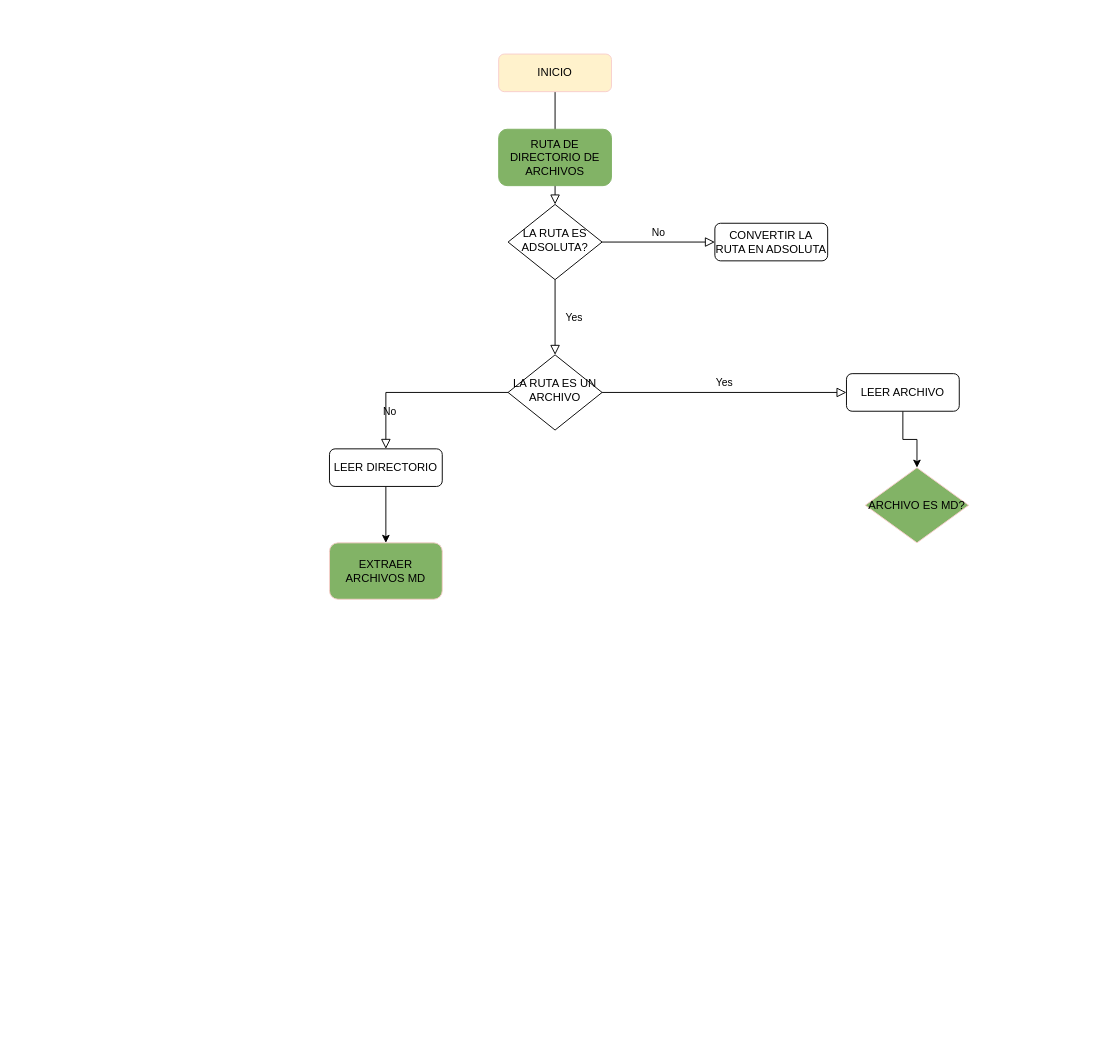
Earlier version of the draw.io diagram Untitled Diagram.drawio (SinaisAna/LIM013-fe-md-links). Source tidied: cells renumbered, new cells numbered last; positions are measured from the earlier drawing's top-left corner, leaving out a move shared by most shapes. Both pictures are drawn from the tidied source at 94%, with x=0, y=0 at pixel (329, 54).
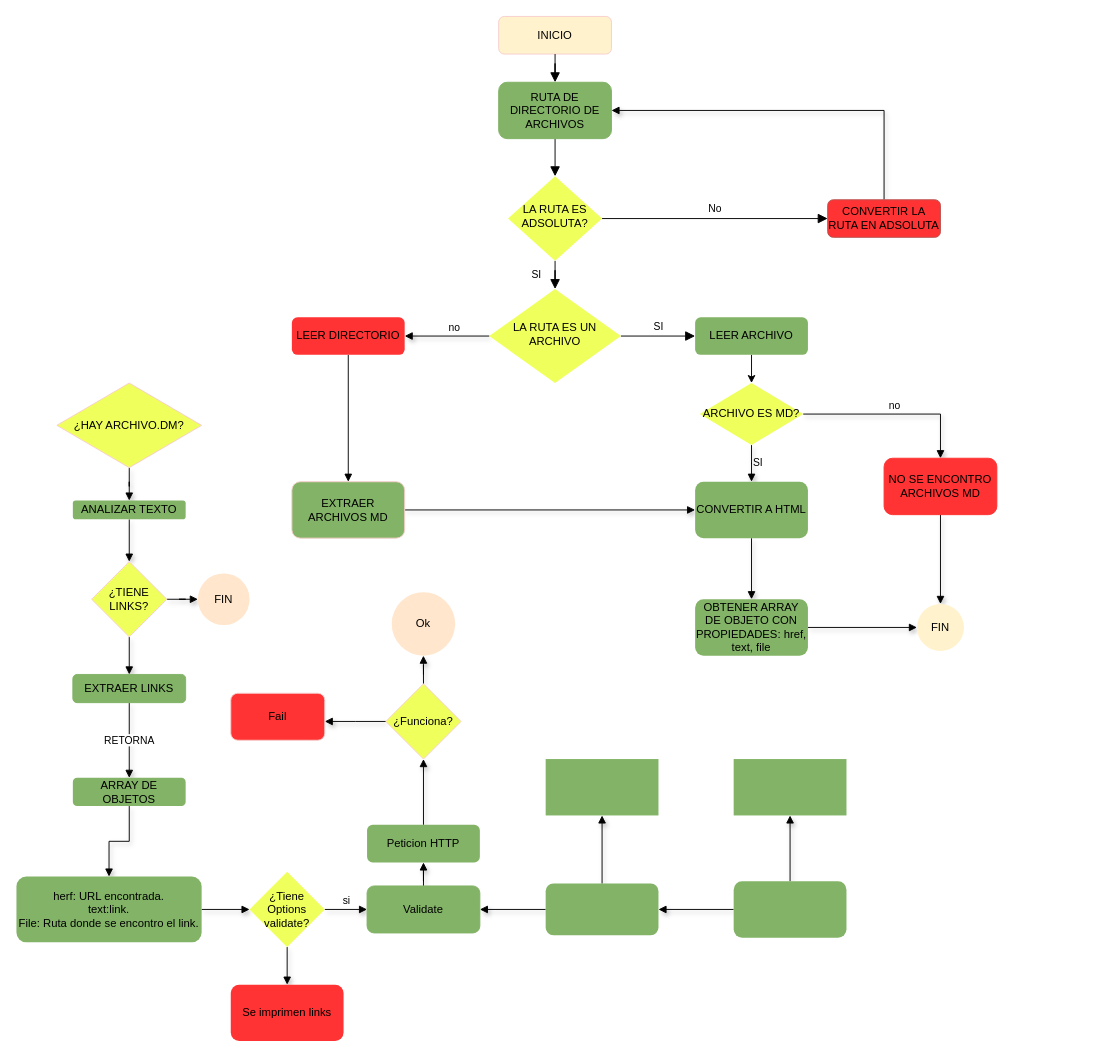
After the change.

What changed in the source:
```diff
@@
-    <mxCell id="2" style="rounded=0;html=1;jettySize=auto;fontSize=11;endArrow=block;endFill=0;endSize=8;strokeWidth=1;shadow=0;labelBackgroundColor=none;edgeStyle=orthogonalEdgeStyle;" parent="1" edge="1" source="3" target="6">
+    <mxCell id="2" style="rounded=0;html=1;jettySize=auto;fontSize=11;endArrow=block;endFill=1;endSize=8;strokeWidth=1;shadow=0;labelBackgroundColor=none;edgeStyle=orthogonalEdgeStyle;" parent="1" edge="1" source="15" target="6">
       <mxGeometry relative="1" as="geometry" />
     </mxCell>
     <mxCell id="3" value="INICIO" style="rounded=1;whiteSpace=wrap;html=1;fontSize=12;glass=0;strokeWidth=1;shadow=0;fillColor=#fff2cc;strokeColor=#F8CECC;" parent="1" vertex="1">
-      <mxGeometry x="180" width="120" height="40" as="geometry" />
+      <mxGeometry x="180" y="-40" width="120" height="40" as="geometry" />
     </mxCell>
-    <mxCell id="4" value="Yes" style="rounded=0;html=1;jettySize=auto;fontSize=11;endArrow=block;endFill=0;endSize=8;strokeWidth=1;shadow=0;labelBackgroundColor=none;edgeStyle=orthogonalEdgeStyle;" parent="1" edge="1" source="6" target="10">
+    <mxCell id="4" value="SI" style="rounded=0;html=1;jettySize=auto;fontSize=11;endArrow=block;endFill=1;endSize=8;strokeWidth=1;shadow=0;labelBackgroundColor=none;edgeStyle=orthogonalEdgeStyle;" parent="1" edge="1" source="6" target="10">
       <mxGeometry y="20" relative="1" as="geometry" />
     </mxCell>
-    <mxCell id="5" value="No" style="edgeStyle=orthogonalEdgeStyle;rounded=0;html=1;jettySize=auto;fontSize=11;endArrow=block;endFill=0;endSize=8;strokeWidth=1;shadow=0;labelBackgroundColor=none;" parent="1" edge="1" source="6" target="7">
+    <mxCell id="5" value="No" style="edgeStyle=orthogonalEdgeStyle;rounded=0;html=1;jettySize=auto;fontSize=11;endArrow=block;endFill=1;endSize=8;strokeWidth=1;shadow=0;labelBackgroundColor=none;" parent="1" edge="1" source="6" target="7">
       <mxGeometry y="10" relative="1" as="geometry" />
     </mxCell>
-    <mxCell id="6" value="LA RUTA ES ADSOLUTA?" style="rhombus;whiteSpace=wrap;html=1;shadow=0;fontFamily=Helvetica;fontSize=12;align=center;strokeWidth=1;spacing=6;spacingTop=-4;" parent="1" vertex="1">
-      <mxGeometry x="190" y="160" width="100" height="80" as="geometry" />
+    <mxCell id="6" value="LA RUTA ES ADSOLUTA?" style="rhombus;whiteSpace=wrap;html=1;shadow=0;fontFamily=Helvetica;fontSize=12;align=center;strokeWidth=1;spacing=6;spacingTop=-4;fillColor=#EFFF5C;strokeColor=none;" parent="1" vertex="1">
+      <mxGeometry x="190" y="130" width="100" height="90" as="geometry" />
     </mxCell>
+    <mxCell id="19" style="edgeStyle=orthogonalEdgeStyle;rounded=0;jettySize=auto;html=1;shadow=1;labelBackgroundColor=none;startArrow=none;startFill=0;endArrow=block;endFill=1;align=left;entryX=1;entryY=0.5;entryDx=0;entryDy=0;" parent="1" edge="1" source="7" target="15">
+      <mxGeometry relative="1" as="geometry">
+        <Array as="points">
+          <mxPoint x="590" y="60" />
+        </Array>
+      </mxGeometry>
+    </mxCell>
-    <mxCell id="7" value="CONVERTIR LA RUTA EN ADSOLUTA" style="rounded=1;whiteSpace=wrap;html=1;fontSize=12;glass=0;strokeWidth=1;shadow=0;" parent="1" vertex="1">
-      <mxGeometry x="410" y="180" width="120" height="40" as="geometry" />
+    <mxCell id="7" value="CONVERTIR LA RUTA EN ADSOLUTA" style="rounded=1;whiteSpace=wrap;html=1;fontSize=12;glass=0;strokeWidth=1;shadow=0;strokeColor=#b85450;fillColor=#FF3333;" parent="1" vertex="1">
+      <mxGeometry x="530" y="155" width="120" height="40" as="geometry" />
     </mxCell>
+    <mxCell id="9" value="SI" style="edgeStyle=orthogonalEdgeStyle;rounded=0;html=1;jettySize=auto;fontSize=11;endArrow=block;endFill=1;endSize=8;strokeWidth=1;shadow=0;labelBackgroundColor=none;" parent="1" edge="1" source="10" target="14">
+      <mxGeometry y="10" relative="1" as="geometry" />
+    </mxCell>
-    <mxCell id="8" value="No" style="rounded=0;html=1;jettySize=auto;fontSize=11;endArrow=block;endFill=0;endSize=8;strokeWidth=1;shadow=0;labelBackgroundColor=none;edgeStyle=orthogonalEdgeStyle;" parent="1" edge="1" source="10" target="12">
-      <mxGeometry x="0.33" y="20" relative="1" as="geometry" />
+    <mxCell id="8" value="no" style="edgeStyle=orthogonalEdgeStyle;rounded=0;jettySize=auto;html=1;exitX=0;exitY=0.5;exitDx=0;exitDy=0;shadow=1;labelBackgroundColor=none;startArrow=none;startFill=0;endArrow=block;endFill=1;align=left;verticalAlign=bottom;" parent="1" edge="1" source="10" target="12">
+      <mxGeometry relative="1" as="geometry" />
     </mxCell>
-    <mxCell id="9" value="Yes" style="edgeStyle=orthogonalEdgeStyle;rounded=0;html=1;jettySize=auto;fontSize=11;endArrow=block;endFill=0;endSize=8;strokeWidth=1;shadow=0;labelBackgroundColor=none;" parent="1" edge="1" source="10" target="14">
-      <mxGeometry y="10" relative="1" as="geometry" />
-    </mxCell>
-    <mxCell id="10" value="LA RUTA ES UN ARCHIVO" style="rhombus;whiteSpace=wrap;html=1;shadow=0;fontFamily=Helvetica;fontSize=12;align=center;strokeWidth=1;spacing=6;spacingTop=-4;" parent="1" vertex="1">
-      <mxGeometry x="190" y="320" width="100" height="80" as="geometry" />
+    <mxCell id="10" value="LA RUTA ES UN ARCHIVO" style="rhombus;whiteSpace=wrap;html=1;shadow=0;fontFamily=Helvetica;fontSize=12;align=center;strokeWidth=1;spacing=6;spacingTop=-4;fillColor=#EFFF5C;strokeColor=none;" parent="1" vertex="1">
+      <mxGeometry x="170" y="250" width="140" height="100" as="geometry" />
     </mxCell>
-    <mxCell id="11" style="edgeStyle=orthogonalEdgeStyle;rounded=0;jettySize=auto;html=1;exitX=0.5;exitY=1;exitDx=0;exitDy=0;" parent="1" edge="1" source="12" target="16">
+    <mxCell id="11" style="edgeStyle=orthogonalEdgeStyle;rounded=0;jettySize=auto;html=1;exitX=0.5;exitY=1;exitDx=0;exitDy=0;endArrow=block;endFill=1;" parent="1" edge="1" source="12" target="16">
       <mxGeometry relative="1" as="geometry" />
     </mxCell>
-    <mxCell id="12" value="LEER DIRECTORIO" style="rounded=1;whiteSpace=wrap;html=1;fontSize=12;glass=0;strokeWidth=1;shadow=0;" parent="1" vertex="1">
-      <mxGeometry y="420" width="120" height="40" as="geometry" />
+    <mxCell id="12" value="LEER DIRECTORIO" style="rounded=1;whiteSpace=wrap;html=1;fontSize=12;glass=0;strokeWidth=1;shadow=0;fillColor=#FF3333;strokeColor=none;" parent="1" vertex="1">
+      <mxGeometry x="-40" y="280" width="120" height="40" as="geometry" />
     </mxCell>
@@
-    <mxCell id="14" value="LEER ARCHIVO" style="rounded=1;whiteSpace=wrap;html=1;fontSize=12;glass=0;strokeWidth=1;shadow=0;" parent="1" vertex="1">
-      <mxGeometry x="550" y="340" width="120" height="40" as="geometry" />
+    <mxCell id="14" value="LEER ARCHIVO" style="rounded=1;whiteSpace=wrap;html=1;fontSize=12;glass=0;strokeWidth=1;shadow=0;fillColor=#82B366;strokeColor=none;" parent="1" vertex="1">
+      <mxGeometry x="389" y="280" width="120" height="40" as="geometry" />
     </mxCell>
-    <mxCell id="15" value="RUTA DE DIRECTORIO DE ARCHIVOS" style="rounded=1;whiteSpace=wrap;html=1;strokeColor=#82b366;fillColor=#82B366;" parent="1" vertex="1">
-      <mxGeometry x="180" y="80" width="120" height="60" as="geometry" />
-    </mxCell>
+    <mxCell id="20" style="edgeStyle=orthogonalEdgeStyle;rounded=0;jettySize=auto;html=1;entryX=0;entryY=0.5;entryDx=0;entryDy=0;shadow=1;labelBackgroundColor=none;startArrow=none;startFill=0;endArrow=block;endFill=1;" parent="1" edge="1" source="16" target="26">
+      <mxGeometry relative="1" as="geometry" />
+    </mxCell>
     <mxCell id="16" value="EXTRAER ARCHIVOS MD" style="rounded=1;whiteSpace=wrap;html=1;strokeColor=#F8CECC;fillColor=#82B366;" parent="1" vertex="1">
-      <mxGeometry y="520" width="120" height="60" as="geometry" />
+      <mxGeometry x="-40" y="455" width="120" height="60" as="geometry" />
     </mxCell>
@@
+    <mxCell id="21" value="&lt;div&gt;no&lt;/div&gt;" style="edgeStyle=orthogonalEdgeStyle;rounded=0;jettySize=auto;html=1;shadow=1;startArrow=none;startFill=0;endArrow=block;endFill=1;align=center;verticalAlign=bottom;labelBackgroundColor=none;labelPosition=center;verticalLabelPosition=top;" parent="1" edge="1" source="18" target="24">
+      <mxGeometry relative="1" as="geometry" />
+    </mxCell>
+    <mxCell id="22" value="SI" style="edgeStyle=orthogonalEdgeStyle;rounded=0;jettySize=auto;html=1;shadow=1;labelBackgroundColor=none;startArrow=none;startFill=0;endArrow=block;endFill=1;verticalAlign=middle;align=left;" parent="1" edge="1" source="18" target="26">
+      <mxGeometry relative="1" as="geometry" />
+    </mxCell>
-    <mxCell id="18" value="ARCHIVO ES MD?" style="rhombus;whiteSpace=wrap;html=1;strokeColor=#F8CECC;fillColor=#82B366;" parent="1" vertex="1">
-      <mxGeometry x="570" y="440" width="110" height="80" as="geometry" />
+    <mxCell id="18" value="ARCHIVO ES MD?" style="rhombus;whiteSpace=wrap;html=1;fillColor=#EFFF5C;strokeColor=none;" parent="1" vertex="1">
+      <mxGeometry x="394" y="350" width="110" height="66" as="geometry" />
     </mxCell>
+    <mxCell id="23" style="edgeStyle=orthogonalEdgeStyle;rounded=0;jettySize=auto;html=1;entryX=0.5;entryY=0;entryDx=0;entryDy=0;shadow=1;labelBackgroundColor=none;startArrow=none;startFill=0;endArrow=block;endFill=1;" parent="1" edge="1" source="24" target="29">
+      <mxGeometry relative="1" as="geometry" />
+    </mxCell>
+    <mxCell id="24" value="NO SE ENCONTRO ARCHIVOS MD" style="rounded=1;whiteSpace=wrap;html=1;fillColor=#FF3333;strokeColor=#FF3333;" parent="1" vertex="1">
+      <mxGeometry x="590" y="430" width="120" height="60" as="geometry" />
+    </mxCell>
+    <mxCell id="25" style="edgeStyle=orthogonalEdgeStyle;rounded=0;jettySize=auto;html=1;entryX=0.5;entryY=0;entryDx=0;entryDy=0;shadow=1;labelBackgroundColor=none;startArrow=none;startFill=0;endArrow=block;endFill=1;" parent="1" edge="1" source="26" target="28">
+      <mxGeometry relative="1" as="geometry" />
+    </mxCell>
+    <mxCell id="26" value="CONVERTIR A HTML" style="rounded=1;whiteSpace=wrap;html=1;fillColor=#82B366;strokeColor=none;" parent="1" vertex="1">
+      <mxGeometry x="389" y="455" width="120" height="60" as="geometry" />
+    </mxCell>
+    <mxCell id="27" style="edgeStyle=orthogonalEdgeStyle;rounded=0;jettySize=auto;html=1;entryX=0;entryY=0.5;entryDx=0;entryDy=0;shadow=1;labelBackgroundColor=none;startArrow=none;startFill=0;endArrow=block;endFill=1;" parent="1" edge="1" source="28" target="29">
+      <mxGeometry relative="1" as="geometry" />
+    </mxCell>
+    <mxCell id="28" value="OBTENER ARRAY DE OBJETO CON PROPIEDADES: href, text, file" style="rounded=1;whiteSpace=wrap;html=1;fillColor=#82B366;strokeColor=none;" parent="1" vertex="1">
+      <mxGeometry x="389" y="580" width="120" height="60" as="geometry" />
+    </mxCell>
+    <mxCell id="29" value="FIN" style="ellipse;whiteSpace=wrap;html=1;fillColor=#fff2cc;strokeColor=none;" parent="1" vertex="1">
+      <mxGeometry x="625" y="585" width="50" height="50" as="geometry" />
+    </mxCell>
+    <mxCell id="15" value="RUTA DE DIRECTORIO DE ARCHIVOS" style="rounded=1;whiteSpace=wrap;html=1;strokeColor=#82b366;fillColor=#82B366;" parent="1" vertex="1">
+      <mxGeometry x="180" y="30" width="120" height="60" as="geometry" />
+    </mxCell>
+    <mxCell id="30" style="rounded=0;html=1;jettySize=auto;fontSize=11;endArrow=block;endFill=1;endSize=8;strokeWidth=1;shadow=0;labelBackgroundColor=none;edgeStyle=orthogonalEdgeStyle;" parent="1" edge="1" source="3" target="15">
+      <mxGeometry relative="1" as="geometry" />
+    </mxCell>
+    <mxCell id="31" style="edgeStyle=orthogonalEdgeStyle;rounded=0;jettySize=auto;html=1;entryX=0.5;entryY=0;entryDx=0;entryDy=0;shadow=1;labelBackgroundColor=none;startArrow=none;startFill=0;endArrow=block;endFill=1;align=left;" parent="1" edge="1" source="32" target="34">
+      <mxGeometry relative="1" as="geometry" />
+    </mxCell>
+    <mxCell id="32" value="¿HAY ARCHIVO.DM?" style="rhombus;whiteSpace=wrap;html=1;strokeColor=#F8CECC;gradientColor=none;fillColor=#EFFF5C;" parent="1" vertex="1">
+      <mxGeometry x="-290" y="350" width="154" height="90" as="geometry" />
+    </mxCell>
+    <mxCell id="33" style="edgeStyle=orthogonalEdgeStyle;rounded=0;jettySize=auto;html=1;exitX=0.5;exitY=1;exitDx=0;exitDy=0;entryX=0.5;entryY=0;entryDx=0;entryDy=0;shadow=1;labelBackgroundColor=none;startArrow=none;startFill=0;endArrow=block;endFill=1;align=left;" parent="1" edge="1" source="34" target="37">
+      <mxGeometry relative="1" as="geometry" />
+    </mxCell>
+    <mxCell id="34" value="ANALIZAR TEXTO" style="rounded=1;whiteSpace=wrap;html=1;gradientColor=none;fillColor=#82B366;strokeColor=none;" parent="1" vertex="1">
+      <mxGeometry x="-273" y="475" width="120" height="20" as="geometry" />
+    </mxCell>
+    <mxCell id="35" style="edgeStyle=orthogonalEdgeStyle;rounded=0;jettySize=auto;html=1;shadow=1;labelBackgroundColor=none;startArrow=none;startFill=0;endArrow=block;endFill=1;align=left;" parent="1" edge="1" source="37" target="38">
+      <mxGeometry relative="1" as="geometry" />
+    </mxCell>
+    <mxCell id="36" style="edgeStyle=orthogonalEdgeStyle;rounded=0;jettySize=auto;html=1;entryX=0.5;entryY=0;entryDx=0;entryDy=0;shadow=1;labelBackgroundColor=none;startArrow=none;startFill=0;endArrow=block;endFill=1;align=left;" parent="1" edge="1" source="37" target="40">
+      <mxGeometry relative="1" as="geometry" />
+    </mxCell>
+    <mxCell id="37" value="¿TIENE LINKS?" style="rhombus;whiteSpace=wrap;html=1;strokeColor=#F8CECC;fillColor=#EFFF5C;gradientColor=none;" parent="1" vertex="1">
+      <mxGeometry x="-253" y="540" width="80" height="80" as="geometry" />
+    </mxCell>
+    <mxCell id="38" value="FIN" style="ellipse;whiteSpace=wrap;html=1;fillColor=#ffe6cc;strokeColor=none;" parent="1" vertex="1">
+      <mxGeometry x="-140" y="552.5" width="55" height="55" as="geometry" />
+    </mxCell>
+    <mxCell id="39" value="RETORNA" style="edgeStyle=orthogonalEdgeStyle;rounded=0;jettySize=auto;shadow=1;labelBackgroundColor=#ffffff;startArrow=none;startFill=0;endArrow=block;endFill=1;align=center;verticalAlign=middle;labelBorderColor=none;html=1;jumpStyle=none;sketch=0;horizontal=1;" parent="1" edge="1" source="40" target="42">
+      <mxGeometry relative="1" as="geometry" />
+    </mxCell>
+    <mxCell id="40" value="EXTRAER LINKS" style="rounded=1;whiteSpace=wrap;html=1;strokeColor=#82b366;fillColor=#82B366;" parent="1" vertex="1">
+      <mxGeometry x="-273" y="660" width="120" height="30" as="geometry" />
+    </mxCell>
+    <mxCell id="41" style="edgeStyle=orthogonalEdgeStyle;rounded=0;sketch=0;jumpStyle=none;jettySize=auto;html=1;shadow=1;labelBackgroundColor=#ffffff;startArrow=none;startFill=0;endArrow=block;endFill=1;strokeColor=#000000;fontColor=#000000;align=center;" parent="1" edge="1" source="42" target="44">
+      <mxGeometry relative="1" as="geometry" />
+    </mxCell>
+    <mxCell id="42" value="ARRAY DE OBJETOS" style="rounded=1;whiteSpace=wrap;html=1;gradientColor=none;fillColor=#82B366;strokeColor=none;" parent="1" vertex="1">
+      <mxGeometry x="-273" y="770" width="120" height="30" as="geometry" />
+    </mxCell>
+    <mxCell id="43" style="edgeStyle=orthogonalEdgeStyle;rounded=0;sketch=0;jumpStyle=none;jettySize=auto;html=1;shadow=1;labelBackgroundColor=#ffffff;startArrow=none;startFill=0;endArrow=block;endFill=1;strokeColor=#000000;fontColor=#000000;align=center;" parent="1" edge="1" source="44" target="47">
+      <mxGeometry relative="1" as="geometry" />
+    </mxCell>
+    <mxCell id="44" value="herf: URL encontrada.&lt;br&gt;text:link.&lt;br&gt;File: Ruta donde se encontro el link." style="rounded=1;whiteSpace=wrap;html=1;gradientColor=none;fontColor=#000000;fillColor=#82B366;strokeColor=none;align=center;" parent="1" vertex="1">
+      <mxGeometry x="-333" y="875" width="197" height="70" as="geometry" />
+    </mxCell>
+    <mxCell id="45" value="si" style="edgeStyle=orthogonalEdgeStyle;rounded=0;sketch=0;jumpStyle=none;jettySize=auto;html=1;shadow=1;labelBackgroundColor=#ffffff;startArrow=none;startFill=0;endArrow=block;endFill=1;strokeColor=#000000;fontColor=#000000;align=center;verticalAlign=bottom;" parent="1" edge="1" source="47" target="49">
+      <mxGeometry relative="1" as="geometry" />
+    </mxCell>
+    <mxCell id="46" style="edgeStyle=orthogonalEdgeStyle;rounded=0;sketch=0;jumpStyle=none;jettySize=auto;html=1;shadow=1;labelBackgroundColor=#ffffff;startArrow=none;startFill=0;endArrow=block;endFill=1;strokeColor=#000000;fontColor=#000000;align=center;" parent="1" edge="1" source="47" target="64">
+      <mxGeometry relative="1" as="geometry" />
+    </mxCell>
+    <mxCell id="47" value="¿Tiene Options validate?" style="rhombus;whiteSpace=wrap;html=1;gradientColor=none;fontColor=#000000;fillColor=#EFFF5C;strokeColor=none;" parent="1" vertex="1">
+      <mxGeometry x="-85" y="870" width="80" height="80" as="geometry" />
+    </mxCell>
+    <mxCell id="48" style="edgeStyle=orthogonalEdgeStyle;rounded=0;sketch=0;jumpStyle=none;jettySize=auto;html=1;entryX=0.5;entryY=1;entryDx=0;entryDy=0;shadow=1;labelBackgroundColor=#ffffff;startArrow=none;startFill=0;endArrow=block;endFill=1;strokeColor=#000000;fontColor=#000000;align=center;" parent="1" edge="1" source="49" target="51">
+      <mxGeometry relative="1" as="geometry" />
+    </mxCell>
+    <mxCell id="49" value="Validate" style="rounded=1;whiteSpace=wrap;html=1;strokeColor=#82b366;fillColor=#82B366;" parent="1" vertex="1">
+      <mxGeometry x="40" y="885" width="120" height="50" as="geometry" />
+    </mxCell>
+    <mxCell id="50" style="edgeStyle=orthogonalEdgeStyle;rounded=0;sketch=0;jumpStyle=none;jettySize=auto;html=1;shadow=1;labelBackgroundColor=#ffffff;startArrow=none;startFill=0;endArrow=block;endFill=1;strokeColor=#000000;fontColor=#000000;align=center;" parent="1" edge="1" source="51" target="54">
+      <mxGeometry relative="1" as="geometry" />
+    </mxCell>
+    <mxCell id="51" value="Peticion HTTP" style="rounded=1;whiteSpace=wrap;html=1;gradientColor=none;fontColor=#000000;fillColor=#82B366;strokeColor=none;" parent="1" vertex="1">
+      <mxGeometry x="40" y="820" width="120" height="40" as="geometry" />
+    </mxCell>
+    <mxCell id="52" style="edgeStyle=orthogonalEdgeStyle;rounded=0;sketch=0;jumpStyle=none;jettySize=auto;html=1;shadow=1;labelBackgroundColor=#ffffff;startArrow=none;startFill=0;endArrow=block;endFill=1;strokeColor=#000000;fontColor=#000000;align=center;" parent="1" edge="1" source="54">
+      <mxGeometry relative="1" as="geometry">
+        <mxPoint x="-5" y="710" as="targetPoint" />
+      </mxGeometry>
+    </mxCell>
+    <mxCell id="53" style="edgeStyle=orthogonalEdgeStyle;rounded=0;sketch=0;jumpStyle=none;jettySize=auto;html=1;entryX=0.5;entryY=1;entryDx=0;entryDy=0;shadow=1;labelBackgroundColor=#ffffff;startArrow=none;startFill=0;endArrow=block;endFill=1;strokeColor=#000000;fontColor=#000000;align=center;" parent="1" edge="1" source="54" target="55">
+      <mxGeometry relative="1" as="geometry" />
+    </mxCell>
+    <mxCell id="54" value="¿Funciona?" style="rhombus;whiteSpace=wrap;html=1;strokeColor=#F8CECC;gradientColor=none;fontColor=#000000;fillColor=#EFFF5C;" parent="1" vertex="1">
+      <mxGeometry x="60" y="670" width="80" height="80" as="geometry" />
+    </mxCell>
+    <mxCell id="55" value="Ok" style="ellipse;whiteSpace=wrap;html=1;fillColor=#ffe6cc;strokeColor=none;" parent="1" vertex="1">
+      <mxGeometry x="66.2" y="572.5" width="67.5" height="67.5" as="geometry" />
+    </mxCell>
+    <mxCell id="56" style="edgeStyle=orthogonalEdgeStyle;rounded=0;sketch=0;jumpStyle=none;jettySize=auto;html=1;entryX=0.5;entryY=1;entryDx=0;entryDy=0;shadow=1;labelBackgroundColor=#ffffff;startArrow=none;startFill=0;endArrow=block;endFill=1;strokeColor=#000000;fontColor=#000000;align=center;" parent="1" edge="1" source="58" target="59">
+      <mxGeometry relative="1" as="geometry" />
+    </mxCell>
+    <mxCell id="57" style="edgeStyle=orthogonalEdgeStyle;rounded=0;sketch=0;jumpStyle=none;jettySize=auto;html=1;shadow=1;labelBackgroundColor=#ffffff;startArrow=none;startFill=0;endArrow=block;endFill=1;strokeColor=#000000;fontColor=#000000;align=center;" parent="1" edge="1" source="58" target="49">
+      <mxGeometry relative="1" as="geometry" />
+    </mxCell>
+    <mxCell id="58" style="rounded=1;whiteSpace=wrap;html=1;gradientColor=none;fontColor=#000000;fillColor=#82B366;strokeColor=none;" parent="1" vertex="1">
+      <mxGeometry x="230" y="882.5" width="120" height="55" as="geometry" />
+    </mxCell>
+    <mxCell id="59" style="rounded=0;whiteSpace=wrap;html=1;gradientColor=none;fontColor=#000000;strokeColor=none;fillColor=#82B366;" parent="1" vertex="1">
+      <mxGeometry x="230" y="750" width="120" height="60" as="geometry" />
+    </mxCell>
+    <mxCell id="60" style="edgeStyle=orthogonalEdgeStyle;rounded=0;sketch=0;jumpStyle=none;jettySize=auto;html=1;shadow=1;labelBackgroundColor=#ffffff;startArrow=none;startFill=0;endArrow=block;endFill=1;strokeColor=#000000;fontColor=#000000;align=center;" parent="1" edge="1" source="62" target="63">
+      <mxGeometry relative="1" as="geometry" />
+    </mxCell>
+    <mxCell id="61" style="edgeStyle=orthogonalEdgeStyle;rounded=0;sketch=0;jumpStyle=none;jettySize=auto;html=1;shadow=1;labelBackgroundColor=#ffffff;startArrow=none;startFill=0;endArrow=block;endFill=1;strokeColor=#000000;fontColor=#000000;align=center;" parent="1" edge="1" source="62" target="58">
+      <mxGeometry relative="1" as="geometry" />
+    </mxCell>
+    <mxCell id="62" style="rounded=1;whiteSpace=wrap;html=1;gradientColor=none;fontColor=#000000;fillColor=#82B366;strokeColor=none;" parent="1" vertex="1">
+      <mxGeometry x="430" y="880" width="120" height="60" as="geometry" />
+    </mxCell>
+    <mxCell id="63" style="rounded=0;whiteSpace=wrap;html=1;gradientColor=none;fontColor=#000000;fillColor=#82B366;strokeColor=none;" parent="1" vertex="1">
+      <mxGeometry x="430" y="750" width="120" height="60" as="geometry" />
+    </mxCell>
+    <mxCell id="64" value="Se imprimen links" style="rounded=1;whiteSpace=wrap;html=1;gradientColor=none;fontColor=#000000;fillColor=#FF3333;strokeColor=none;" parent="1" vertex="1">
+      <mxGeometry x="-105" y="990" width="120" height="60" as="geometry" />
+    </mxCell>
+    <mxCell id="65" value="Fail" style="rounded=1;whiteSpace=wrap;html=1;strokeColor=#F8CECC;fillColor=#FF3333;gradientColor=none;fontColor=#000000;" parent="1" vertex="1">
+      <mxGeometry x="-105" y="680" width="100" height="50" as="geometry" />
+    </mxCell>
```
